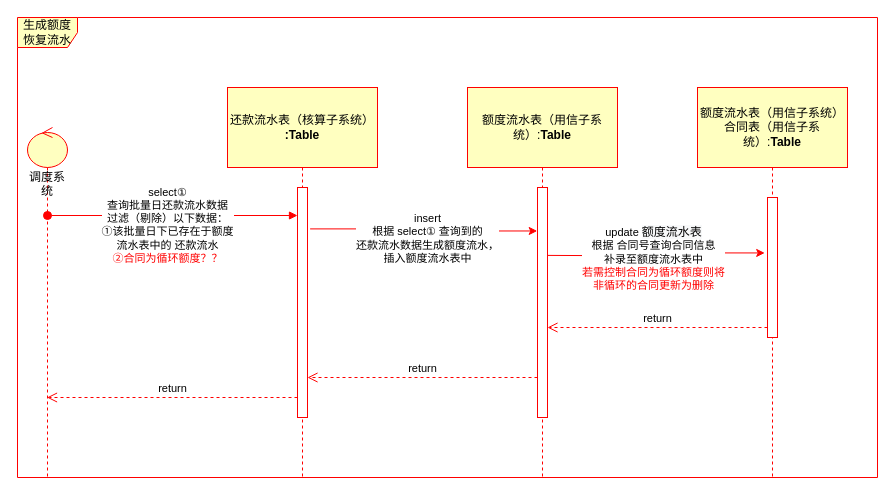
The draw.io diagram page "批量恢复合同额度-生成额度恢复流水" (2 of 4) of Untitled Diagram.drawio in MinDaHu/UML, before the edit. Source tidied: cells renumbered, new cells numbered last; positions are measured from the earlier drawing's top-left corner, leaving out a move shared by most shapes. Both pictures are drawn from the tidied source at 100%, with x=0, y=0 at pixel (17, 17).
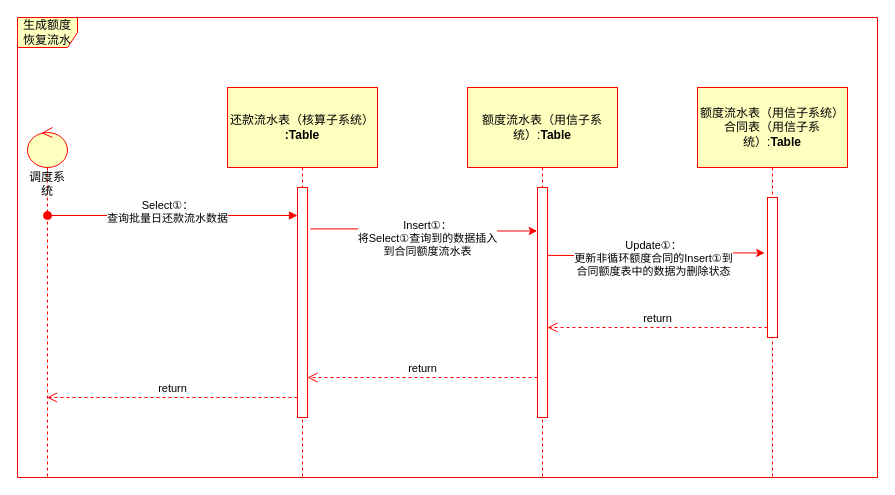
The same diagram, later.

The change refers to these unchanged cells:
```xml
<mxCell id="5" style="html=1;points=[];perimeter=orthogonalPerimeter;strokeColor=#FF0000;" parent="4" vertex="1">
  <mxGeometry x="70" y="100" width="10" height="230" as="geometry" />
</mxCell>
<mxCell id="9" style="edgeStyle=orthogonalEdgeStyle;rounded=0;jettySize=auto;html=1;strokeColor=#FF0000;exitX=1.264;exitY=0.18;exitDx=0;exitDy=0;exitPerimeter=0;entryX=-0.028;entryY=0.189;entryDx=0;entryDy=0;entryPerimeter=0;" parent="1" edge="1" source="5" target="8">
  <mxGeometry relative="1" as="geometry" />
</mxCell>
<mxCell id="15" style="edgeStyle=orthogonalEdgeStyle;rounded=0;jettySize=auto;html=1;strokeColor=#FF0000;exitX=1.264;exitY=0.18;exitDx=0;exitDy=0;exitPerimeter=0;entryX=-0.278;entryY=0.396;entryDx=0;entryDy=0;entryPerimeter=0;" parent="1" edge="1" target="14">
  <mxGeometry relative="1" as="geometry">
    <mxPoint x="530" y="237.9" as="sourcePoint" />
  </mxGeometry>
</mxCell>
```

Change to the diagram source:
```diff
@@
-    <mxCell id="6" value="select①&lt;br&gt;查询批量日还款流水数据&lt;br&gt;过滤（剔除）以下数据：&lt;br&gt;①该批量日下已存在于额度&lt;br&gt;流水表中的 还款流水&lt;br&gt;&lt;font color=&quot;#ff0000&quot;&gt;②合同为循环额度？？&lt;/font&gt;" style="html=1;verticalAlign=bottom;startArrow=oval;endArrow=block;startSize=8;strokeColor=#FF0000;" parent="1" edge="1" target="5">
-      <mxGeometry x="-0.04" y="-52" relative="1" as="geometry">
+    <mxCell id="6" value="&lt;span style=&quot;font-size: 11px&quot;&gt;Select①：&lt;br&gt;查询批量日还款流水数据&lt;/span&gt;" style="html=1;verticalAlign=bottom;startArrow=oval;endArrow=block;startSize=8;strokeColor=#FF0000;" parent="1" edge="1" target="5">
+      <mxGeometry x="-0.04" y="-12" relative="1" as="geometry">
         <mxPoint x="30" y="198" as="sourcePoint" />
       </mxGeometry>
     </mxCell>
@@
-    <mxCell id="10" value="insert&lt;br&gt;根据 select① 查询到的&lt;br&gt;还款流水数据生成额度流水，&lt;br&gt;插入额度流水表中" style="edgeLabel;html=1;align=center;verticalAlign=middle;" parent="9" vertex="1">
+    <mxCell id="10" value="&lt;span style=&quot;font-size: 11px&quot;&gt;Insert①：&lt;br&gt;将Select①查询到的数据插入&lt;br&gt;到合同额度流水表&lt;/span&gt;" style="edgeLabel;html=1;align=center;verticalAlign=middle;" parent="9" vertex="1">
       <mxGeometry x="-0.23" relative="1" as="geometry">
         <mxPoint x="29" y="8.6" as="offset" />
       </mxGeometry>
     </mxCell>
@@
-    <mxCell id="16" value="update&amp;nbsp;&lt;span style=&quot;font-size: 12px ; background-color: rgb(248 , 249 , 250)&quot;&gt;额度流水表&lt;/span&gt;&lt;br&gt;根据 合同号查询合同信息&lt;br&gt;补录至额度流水表中&lt;br&gt;&lt;font color=&quot;#ff0000&quot;&gt;若需控制合同为循环额度则将&lt;br&gt;非循环的合同更新为删除&lt;/font&gt;" style="edgeLabel;html=1;align=center;verticalAlign=middle;" parent="15" vertex="1">
+    <mxCell id="16" value="&lt;div&gt;&lt;span style=&quot;font-size: 11px&quot;&gt;Update①：&lt;/span&gt;&lt;/div&gt;&lt;div&gt;&lt;span style=&quot;font-size: 11px&quot;&gt;更新非循环额度合同的Insert①到&lt;/span&gt;&lt;/div&gt;&lt;div&gt;&lt;span style=&quot;font-size: 11px&quot;&gt;合同额度表中的数据为删除状态&lt;/span&gt;&lt;/div&gt;" style="edgeLabel;html=1;align=center;verticalAlign=middle;" parent="15" vertex="1">
       <mxGeometry x="-0.23" relative="1" as="geometry">
         <mxPoint x="20.8" y="2.1" as="offset" />
       </mxGeometry>
     </mxCell>
```
